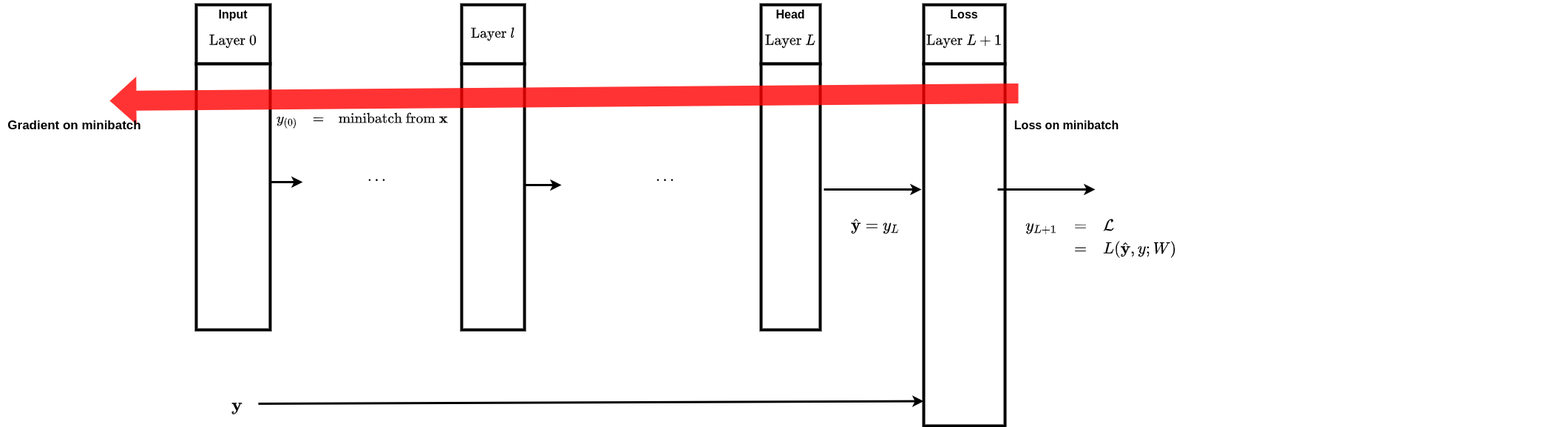
The draw.io diagram images/NN_Layers_Backward.png in nyutandononline/MachineLearning_and_Finance_Teacher, before a commit. Source tidied: cells renumbered, new cells last; positions are measured from the earlier drawing's top-left corner, leaving out a move shared by most shapes. The source it was exported from:
```xml
<mxGraphModel math="1">
  <root>
    <mxCell id="0" />
    <mxCell id="1" parent="0" />
    <mxCell id="2" style="group;strokeWidth=2;" parent="1" vertex="1">
      <mxGeometry x="1249" width="110" height="570" as="geometry" />
    </mxCell>
    <mxCell id="3" value="&lt;div style=&quot;font-size: 16px&quot;&gt;&lt;b&gt;&lt;font style=&quot;font-size: 16px&quot;&gt;Loss&lt;/font&gt;&lt;/b&gt;&lt;/div&gt;&lt;div style=&quot;font-size: 16px&quot;&gt;&lt;font style=&quot;font-size: 16px&quot;&gt;&lt;b&gt;&lt;font style=&quot;font-size: 16px&quot;&gt;$$\text{Layer }{L+1}$$&lt;/font&gt;&lt;/b&gt;&lt;/font&gt;&lt;/div&gt;" style="rounded=0;whiteSpace=wrap;html=1;fontSize=10;strokeWidth=4;" parent="2" vertex="1">
      <mxGeometry width="110" height="80" as="geometry" />
    </mxCell>
    <mxCell id="4" style="rounded=0;whiteSpace=wrap;html=1;strokeWidth=4;" parent="2" vertex="1">
      <mxGeometry y="80" width="110" height="490" as="geometry" />
    </mxCell>
    <mxCell id="5" style="group;strokeWidth=12;" parent="1" vertex="1">
      <mxGeometry x="1029" width="80" height="440" as="geometry" />
    </mxCell>
    <mxCell id="6" value="&lt;div style=&quot;font-size: 16px&quot;&gt;&lt;font style=&quot;font-size: 16px&quot;&gt;&lt;b&gt;&lt;font style=&quot;font-size: 16px&quot;&gt;Head&lt;/font&gt;&lt;/b&gt;&lt;/font&gt;&lt;/div&gt;&lt;div style=&quot;font-size: 16px&quot;&gt;&lt;font style=&quot;font-size: 16px&quot;&gt;&lt;b&gt;&lt;font style=&quot;font-size: 16px&quot;&gt;$$\text{Layer }{L}$$&lt;/font&gt;&lt;/b&gt;&lt;/font&gt;&lt;/div&gt;" style="rounded=0;whiteSpace=wrap;html=1;fontSize=10;strokeWidth=4;" parent="5" vertex="1">
      <mxGeometry width="80" height="80" as="geometry" />
    </mxCell>
    <mxCell id="7" style="rounded=0;whiteSpace=wrap;html=1;strokeWidth=4;" parent="5" vertex="1">
      <mxGeometry y="80" width="80" height="360" as="geometry" />
    </mxCell>
    <mxCell id="8" style="group;strokeWidth=4;" parent="1" vertex="1">
      <mxGeometry x="624" width="85" height="440" as="geometry" />
    </mxCell>
    <mxCell id="9" value="&lt;font&gt;&lt;b&gt;&lt;font style=&quot;font-size: 16px&quot;&gt;$$\text{Layer }\mathcal{l}$$&lt;/font&gt;&lt;/b&gt;&lt;/font&gt;" style="rounded=0;whiteSpace=wrap;html=1;fontSize=10;strokeWidth=4;" parent="8" vertex="1">
      <mxGeometry width="85" height="80" as="geometry" />
    </mxCell>
    <mxCell id="10" style="rounded=0;whiteSpace=wrap;html=1;strokeWidth=4;" parent="8" vertex="1">
      <mxGeometry y="80" width="85" height="360" as="geometry" />
    </mxCell>
    <mxCell id="11" style="group;strokeWidth=7;" parent="1" vertex="1">
      <mxGeometry x="265" width="110" height="440" as="geometry" />
    </mxCell>
    <mxCell id="12" value="&lt;div style=&quot;font-size: 16px&quot;&gt;&lt;font style=&quot;font-size: 16px&quot;&gt;&lt;b&gt;&lt;font style=&quot;font-size: 16px&quot;&gt;Input&lt;/font&gt;&lt;/b&gt;&lt;/font&gt;&lt;/div&gt;&lt;div style=&quot;font-size: 16px&quot;&gt;&lt;font style=&quot;font-size: 16px&quot;&gt;&lt;b&gt;&lt;font style=&quot;font-size: 16px&quot;&gt;$$\text{Layer }0$$&lt;/font&gt;&lt;/b&gt;&lt;/font&gt;&lt;/div&gt;" style="rounded=0;whiteSpace=wrap;html=1;fontSize=10;strokeWidth=4;" parent="11" vertex="1">
      <mxGeometry width="100" height="80" as="geometry" />
    </mxCell>
    <mxCell id="13" style="endArrow=classic;html=1;strokeWidth=3;" parent="11" edge="1">
      <mxGeometry relative="1" as="geometry">
        <mxPoint x="94" y="240" as="sourcePoint" />
        <mxPoint x="144" y="240" as="targetPoint" />
      </mxGeometry>
    </mxCell>
    <mxCell id="14" style="rounded=0;whiteSpace=wrap;html=1;strokeWidth=4;" parent="11" vertex="1">
      <mxGeometry y="80" width="100" height="360" as="geometry" />
    </mxCell>
    <mxCell id="15" value="&lt;div&gt;&lt;br&gt;&lt;/div&gt;&lt;div&gt;&lt;br&gt;&lt;/div&gt;" style="text;html=1;align=left;verticalAlign=top;spacingTop=-4;" parent="1" vertex="1">
      <mxGeometry x="2100" y="458" width="20" height="30" as="geometry" />
    </mxCell>
    <mxCell id="16" value="&lt;font style=&quot;font-size: 18px&quot;&gt;$$\ldots$$&lt;br&gt;&lt;br&gt;&lt;/font&gt;" style="text;html=1;align=center;verticalAlign=middle;" parent="1" vertex="1">
      <mxGeometry x="459" y="234" width="100" height="40" as="geometry" />
    </mxCell>
    <mxCell id="17" value="&lt;font style=&quot;font-size: 18px&quot;&gt;$$\ldots$$&lt;br&gt;&lt;br&gt;&lt;/font&gt;" style="text;html=1;align=center;verticalAlign=middle;" parent="1" vertex="1">
      <mxGeometry x="849" y="234" width="100" height="40" as="geometry" />
    </mxCell>
    <mxCell id="18" value="&lt;font style=&quot;font-size: 20px&quot;&gt;$$\mathbf{y}&lt;br&gt;$$&lt;/font&gt;" style="text;html=1;align=center;verticalAlign=middle;points=[];" parent="1" vertex="1">
      <mxGeometry x="255" y="523" width="130" height="40" as="geometry" />
    </mxCell>
    <mxCell id="19" style="endArrow=classic;html=1;strokeWidth=3;" parent="1" edge="1">
      <mxGeometry relative="1" as="geometry">
        <mxPoint x="1114" y="250" as="sourcePoint" />
        <mxPoint x="1246" y="250" as="targetPoint" />
      </mxGeometry>
    </mxCell>
    <mxCell id="20" value="&lt;font style=&quot;font-size: 18px&quot;&gt;$$\hat{\mathbf{y}} = y_{L}$$&lt;/font&gt;" style="text;html=1;align=center;verticalAlign=middle;" parent="1" vertex="1">
      <mxGeometry x="1064" y="290" width="240" height="20" as="geometry" />
    </mxCell>
    <mxCell id="21" style="endArrow=classic;html=1;exitX=0.723;exitY=0.425;exitDx=0;exitDy=0;exitPerimeter=0;entryX=0;entryY=0.878;entryDx=0;entryDy=0;entryPerimeter=0;strokeWidth=3;" parent="1" edge="1" source="18">
      <mxGeometry relative="1" as="geometry">
        <mxPoint x="1249" y="536.6" as="targetPoint" />
      </mxGeometry>
    </mxCell>
    <mxCell id="22" style="endArrow=classic;html=1;strokeWidth=3;" parent="1" edge="1">
      <mxGeometry relative="1" as="geometry">
        <mxPoint x="709" y="244" as="sourcePoint" />
        <mxPoint x="759" y="244" as="targetPoint" />
      </mxGeometry>
    </mxCell>
    <mxCell id="23" style="endArrow=classic;html=1;strokeWidth=3;" parent="1" edge="1">
      <mxGeometry relative="1" as="geometry">
        <mxPoint x="1349" y="250" as="sourcePoint" />
        <mxPoint x="1481" y="250" as="targetPoint" />
      </mxGeometry>
    </mxCell>
    <mxCell id="24" value="&lt;font style=&quot;font-size: 18px&quot;&gt;$$\begin{array} \\&lt;br&gt;y_{L+1} &amp;amp; = &amp;amp; \mathcal{L} \\&lt;br&gt;&amp;amp; = &amp;amp; L(\hat{\mathbf{y}}, y; W) \\&lt;br&gt;\end{array}$$&lt;/font&gt;" style="text;html=1;align=center;verticalAlign=middle;" parent="1" vertex="1">
      <mxGeometry x="1354" y="280" width="270" height="70" as="geometry" />
    </mxCell>
    <mxCell id="25" value="&lt;font style=&quot;font-size: 16px&quot;&gt;$$\begin{array}\\y_{(0)} &amp;amp; = &amp;amp; \text{minibatch from } \mathbf{x} \\\end{array}$$&lt;/font&gt;" style="text;html=1;" parent="1" vertex="1">
      <mxGeometry x="369" y="120" width="440" height="30" as="geometry" />
    </mxCell>
    <mxCell id="26" value="&lt;font style=&quot;font-size: 16px&quot;&gt;&lt;b&gt;Loss on minibatch&lt;/b&gt;&lt;br&gt;&lt;/font&gt;" style="text;html=1;align=center;verticalAlign=middle;" parent="1" vertex="1">
      <mxGeometry x="1362" y="153" width="160" height="20" as="geometry" />
    </mxCell>
    <mxCell id="27" style="shape=flexArrow;endArrow=classic;html=1;fillColor=#FF0000;strokeColor=none;opacity=80;strokeWidth=18;" parent="1" edge="1">
      <mxGeometry relative="1" as="geometry">
        <mxPoint x="1386" y="120" as="sourcePoint" />
        <mxPoint x="139" y="130" as="targetPoint" />
      </mxGeometry>
    </mxCell>
    <mxCell id="28" value="&lt;font style=&quot;font-size: 17px&quot;&gt;&lt;b&gt;Gradient on minibatch&lt;/b&gt;&lt;/font&gt;" style="text;html=1;align=center;verticalAlign=middle;" parent="1" vertex="1">
      <mxGeometry y="153" width="200" height="20" as="geometry" />
    </mxCell>
  </root>
</mxGraphModel>
```
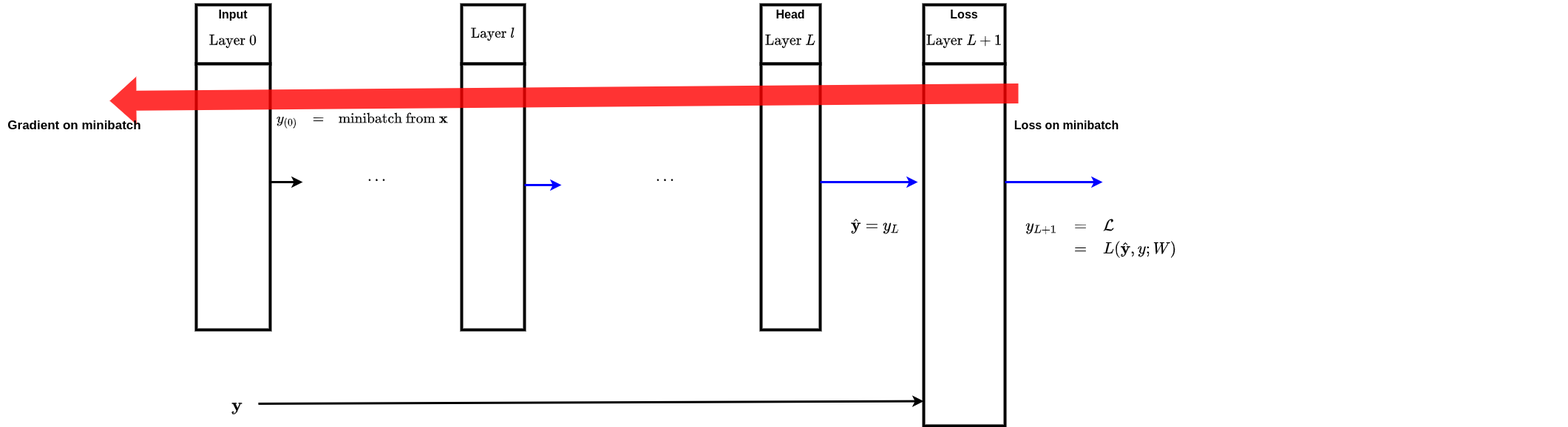
After the commit.

Diff of the diagram source:
```diff
@@ -56,10 +56,10 @@
     <mxCell id="18" value="&lt;font style=&quot;font-size: 20px&quot;&gt;$$\mathbf{y}&lt;br&gt;$$&lt;/font&gt;" style="text;html=1;align=center;verticalAlign=middle;points=[];" parent="1" vertex="1">
       <mxGeometry x="255" y="523" width="130" height="40" as="geometry" />
     </mxCell>
-    <mxCell id="19" style="endArrow=classic;html=1;strokeWidth=3;" parent="1" edge="1">
+    <mxCell id="19" style="endArrow=classic;html=1;strokeWidth=3;strokeColor=#0000FF;" parent="1" edge="1">
       <mxGeometry relative="1" as="geometry">
-        <mxPoint x="1114" y="250" as="sourcePoint" />
-        <mxPoint x="1246" y="250" as="targetPoint" />
+        <mxPoint x="1109" y="240" as="sourcePoint" />
+        <mxPoint x="1241" y="240" as="targetPoint" />
       </mxGeometry>
     </mxCell>
     <mxCell id="20" value="&lt;font style=&quot;font-size: 18px&quot;&gt;$$\hat{\mathbf{y}} = y_{L}$$&lt;/font&gt;" style="text;html=1;align=center;verticalAlign=middle;" parent="1" vertex="1">
@@ -70,16 +70,16 @@
         <mxPoint x="1249" y="536.6" as="targetPoint" />
       </mxGeometry>
     </mxCell>
-    <mxCell id="22" style="endArrow=classic;html=1;strokeWidth=3;" parent="1" edge="1">
+    <mxCell id="22" style="endArrow=classic;html=1;strokeWidth=3;strokeColor=#0000FF;" parent="1" edge="1">
       <mxGeometry relative="1" as="geometry">
         <mxPoint x="709" y="244" as="sourcePoint" />
         <mxPoint x="759" y="244" as="targetPoint" />
       </mxGeometry>
     </mxCell>
-    <mxCell id="23" style="endArrow=classic;html=1;strokeWidth=3;" parent="1" edge="1">
+    <mxCell id="23" style="endArrow=classic;html=1;strokeWidth=3;strokeColor=#0000FF;" parent="1" edge="1">
       <mxGeometry relative="1" as="geometry">
-        <mxPoint x="1349" y="250" as="sourcePoint" />
-        <mxPoint x="1481" y="250" as="targetPoint" />
+        <mxPoint x="1359" y="240" as="sourcePoint" />
+        <mxPoint x="1491" y="240" as="targetPoint" />
       </mxGeometry>
     </mxCell>
     <mxCell id="24" value="&lt;font style=&quot;font-size: 18px&quot;&gt;$$\begin{array} \\&lt;br&gt;y_{L+1} &amp;amp; = &amp;amp; \mathcal{L} \\&lt;br&gt;&amp;amp; = &amp;amp; L(\hat{\mathbf{y}}, y; W) \\&lt;br&gt;\end{array}$$&lt;/font&gt;" style="text;html=1;align=center;verticalAlign=middle;" parent="1" vertex="1">
```
